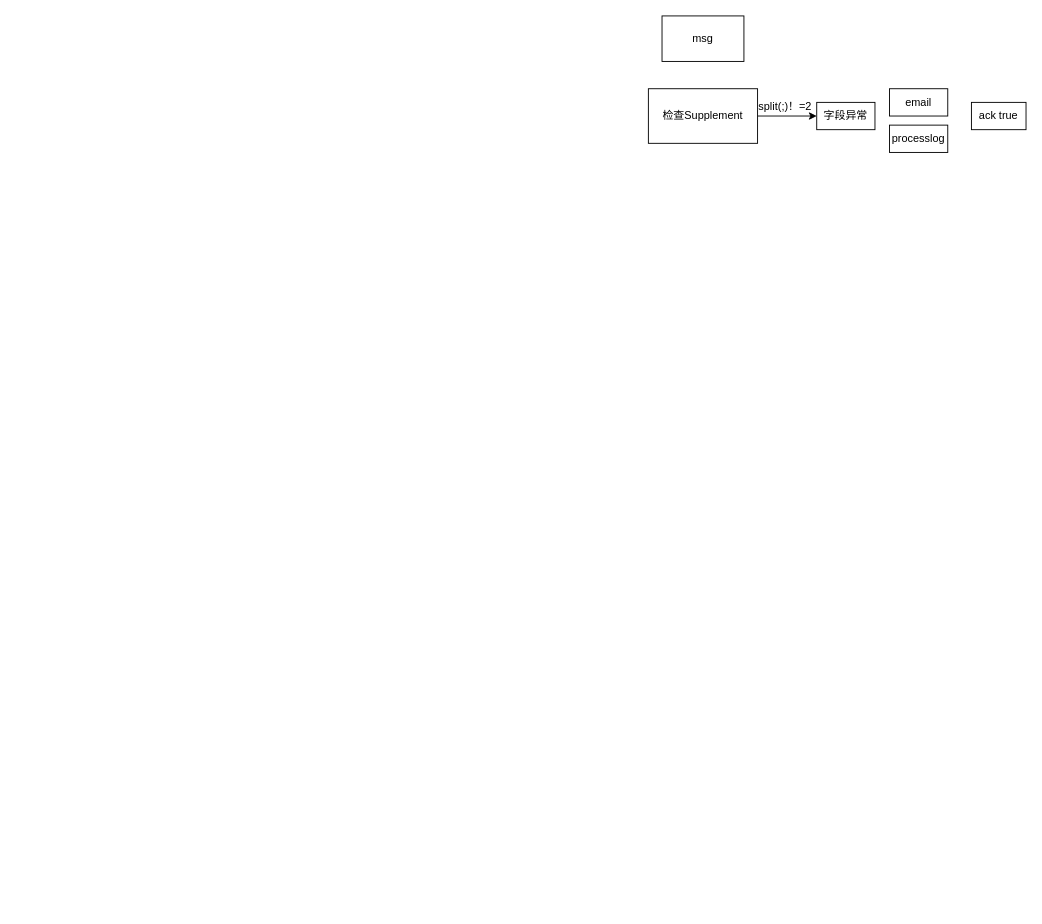
Earlier version of the draw.io diagram page "PrepayNotify" (2 of 2) of ctrip.drawio (Echidnaaa/draw). Source tidied: cells renumbered, new cells numbered last; positions are measured from the earlier drawing's top-left corner, leaving out a move shared by most shapes. Both pictures are drawn from the tidied source at 91%, with x=0, y=0 at pixel (648, 15).
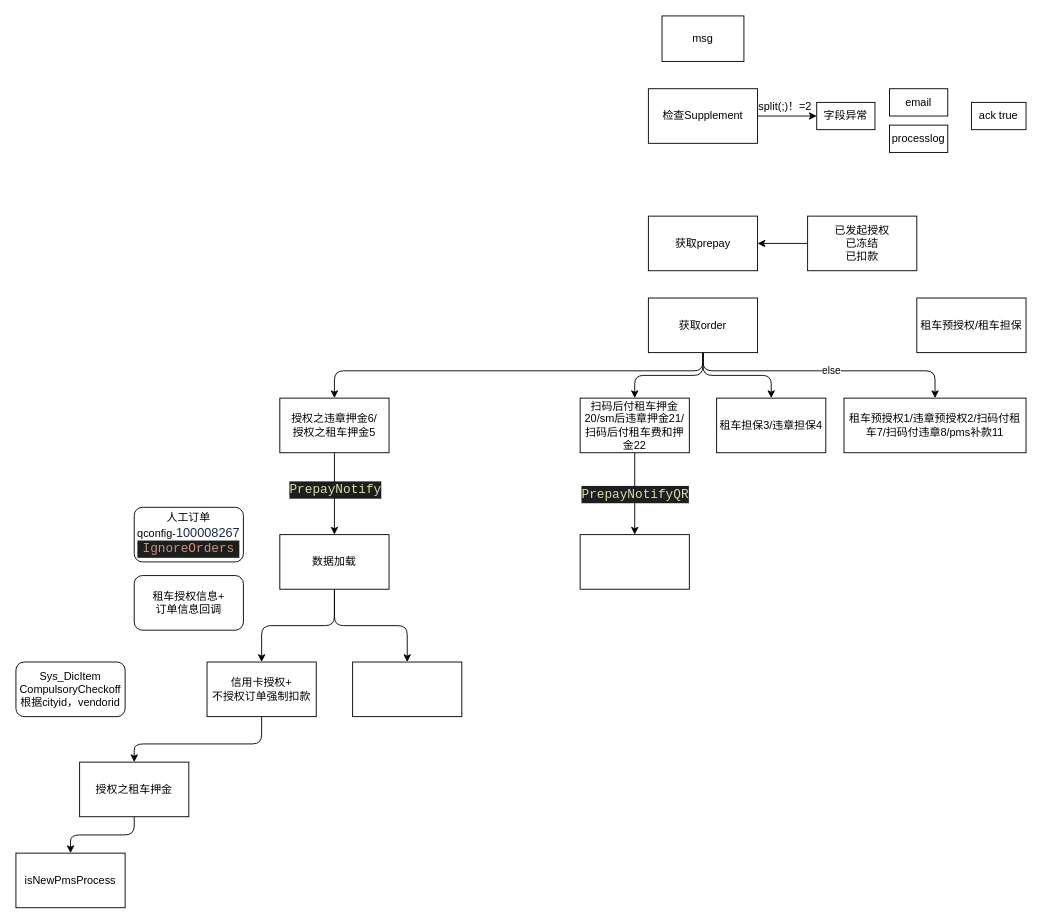
Above is the later version.

What changed in the source:
```diff
@@
+    <mxCell id="10" value="获取prepay" style="rounded=0;whiteSpace=wrap;html=1;sketch=0;" parent="1" vertex="1">
+      <mxGeometry y="220" width="120" height="60" as="geometry" />
+    </mxCell>
+    <mxCell id="11" style="edgeStyle=orthogonalEdgeStyle;curved=0;rounded=1;sketch=0;jettySize=auto;html=1;entryX=1;entryY=0.5;entryDx=0;entryDy=0;" parent="1" edge="1" source="12" target="10">
+      <mxGeometry relative="1" as="geometry" />
+    </mxCell>
+    <mxCell id="12" value="已发起授权&lt;br&gt;已冻结&lt;br&gt;已扣款" style="rounded=0;whiteSpace=wrap;html=1;sketch=0;" parent="1" vertex="1">
+      <mxGeometry x="175" y="220" width="120" height="60" as="geometry" />
+    </mxCell>
+    <mxCell id="13" style="edgeStyle=orthogonalEdgeStyle;curved=0;rounded=1;sketch=0;jettySize=auto;html=1;entryX=0.5;entryY=0;entryDx=0;entryDy=0;" parent="1" edge="1" source="18" target="26">
+      <mxGeometry relative="1" as="geometry">
+        <Array as="points">
+          <mxPoint x="60" y="390" />
+          <mxPoint x="315" y="390" />
+        </Array>
+      </mxGeometry>
+    </mxCell>
+    <mxCell id="14" value="else" style="edgeLabel;html=1;align=center;verticalAlign=middle;" parent="13" vertex="1">
+      <mxGeometry x="0.05" y="1" relative="1" as="geometry" />
+    </mxCell>
+    <mxCell id="15" style="edgeStyle=orthogonalEdgeStyle;curved=0;rounded=1;sketch=0;jettySize=auto;html=1;entryX=0.5;entryY=0;entryDx=0;entryDy=0;" parent="1" edge="1" source="18" target="25">
+      <mxGeometry relative="1" as="geometry" />
+    </mxCell>
+    <mxCell id="16" style="edgeStyle=orthogonalEdgeStyle;curved=0;rounded=1;sketch=0;jettySize=auto;html=1;" parent="1" edge="1" source="18" target="23">
+      <mxGeometry relative="1" as="geometry" />
+    </mxCell>
+    <mxCell id="17" style="edgeStyle=orthogonalEdgeStyle;curved=0;rounded=1;sketch=0;jettySize=auto;html=1;entryX=0.5;entryY=0;entryDx=0;entryDy=0;" parent="1" edge="1" source="18" target="21">
+      <mxGeometry relative="1" as="geometry">
+        <Array as="points">
+          <mxPoint x="60" y="390" />
+          <mxPoint x="-345" y="390" />
+        </Array>
+      </mxGeometry>
+    </mxCell>
+    <mxCell id="18" value="获取order" style="rounded=0;whiteSpace=wrap;html=1;sketch=0;" parent="1" vertex="1">
+      <mxGeometry y="310" width="120" height="60" as="geometry" />
+    </mxCell>
+    <mxCell id="19" style="edgeStyle=orthogonalEdgeStyle;curved=0;rounded=1;sketch=0;jettySize=auto;html=1;entryX=0.5;entryY=0;entryDx=0;entryDy=0;" parent="1" edge="1" source="21" target="29">
+      <mxGeometry relative="1" as="geometry" />
+    </mxCell>
+    <mxCell id="20" value="&lt;div style=&quot;color: rgb(212 , 212 , 212) ; background-color: rgb(30 , 30 , 30) ; font-family: &amp;#34;consolas&amp;#34; , &amp;#34;courier new&amp;#34; , monospace ; font-size: 14px ; line-height: 19px&quot;&gt;&lt;span style=&quot;color: #dcdcaa&quot;&gt;PrepayNotify&lt;/span&gt;&lt;/div&gt;" style="edgeLabel;html=1;align=center;verticalAlign=middle;" parent="19" vertex="1">
+      <mxGeometry x="0.24" y="1" relative="1" as="geometry">
+        <mxPoint x="-1" y="-16" as="offset" />
+      </mxGeometry>
+    </mxCell>
+    <mxCell id="21" value="授权之违章押金6/&lt;br&gt;授权之租车押金5" style="rounded=0;whiteSpace=wrap;html=1;sketch=0;" parent="1" vertex="1">
+      <mxGeometry x="-405" y="420" width="120" height="60" as="geometry" />
+    </mxCell>
+    <mxCell id="22" style="edgeStyle=orthogonalEdgeStyle;curved=0;rounded=1;sketch=0;jettySize=auto;html=1;entryX=0.5;entryY=0;entryDx=0;entryDy=0;" parent="1" edge="1" source="23" target="30">
+      <mxGeometry relative="1" as="geometry" />
+    </mxCell>
+    <mxCell id="23" value="扫码后付租车押金20/sm后违章押金21/扫码后付租车费和押金22" style="rounded=0;whiteSpace=wrap;html=1;sketch=0;" parent="1" vertex="1">
+      <mxGeometry x="-75" y="420" width="120" height="60" as="geometry" />
+    </mxCell>
+    <mxCell id="24" value="租车预授权/租车担保" style="whiteSpace=wrap;html=1;rounded=0;sketch=0;" parent="1" vertex="1">
+      <mxGeometry x="295" y="310" width="120" height="60" as="geometry" />
+    </mxCell>
+    <mxCell id="25" value="租车担保3/违章担保4" style="rounded=0;whiteSpace=wrap;html=1;sketch=0;" parent="1" vertex="1">
+      <mxGeometry x="75" y="420" width="120" height="60" as="geometry" />
+    </mxCell>
+    <mxCell id="26" value="租车预授权1/违章预授权2/扫码付租车7/扫码付违章8/pms补款11" style="rounded=0;whiteSpace=wrap;html=1;sketch=0;" parent="1" vertex="1">
+      <mxGeometry x="215" y="420" width="200" height="60" as="geometry" />
+    </mxCell>
+    <mxCell id="27" style="edgeStyle=orthogonalEdgeStyle;curved=0;rounded=1;sketch=0;jettySize=auto;html=1;entryX=0.5;entryY=0;entryDx=0;entryDy=0;" parent="1" edge="1" source="29" target="35">
+      <mxGeometry relative="1" as="geometry" />
+    </mxCell>
+    <mxCell id="28" style="edgeStyle=orthogonalEdgeStyle;curved=0;rounded=1;sketch=0;jettySize=auto;html=1;entryX=0.5;entryY=0;entryDx=0;entryDy=0;" parent="1" edge="1" source="29" target="36">
+      <mxGeometry relative="1" as="geometry" />
+    </mxCell>
+    <mxCell id="29" value="数据加载" style="rounded=0;whiteSpace=wrap;html=1;sketch=0;" parent="1" vertex="1">
+      <mxGeometry x="-405" y="570" width="120" height="60" as="geometry" />
+    </mxCell>
+    <mxCell id="30" style="rounded=0;whiteSpace=wrap;html=1;sketch=0;" parent="1" vertex="1">
+      <mxGeometry x="-75" y="570" width="120" height="60" as="geometry" />
+    </mxCell>
+    <mxCell id="31" value="&lt;div style=&quot;color: rgb(212, 212, 212); background-color: rgb(30, 30, 30); font-family: consolas, &amp;quot;courier new&amp;quot;, monospace; font-weight: normal; font-size: 14px; line-height: 19px;&quot;&gt;&lt;div&gt;&lt;span style=&quot;color: #dcdcaa&quot;&gt;PrepayNotifyQR&lt;/span&gt;&lt;/div&gt;&lt;/div&gt;" style="text;whiteSpace=wrap;html=1;" parent="1" vertex="1">
+      <mxGeometry x="-75" y="510" width="130" height="30" as="geometry" />
+    </mxCell>
+    <mxCell id="32" value="人工订单&lt;br&gt;qconfig-&lt;span style=&quot;color: rgb(23 , 43 , 77) ; font-family: , &amp;#34;blinkmacsystemfont&amp;#34; , &amp;#34;segoe ui&amp;#34; , &amp;#34;roboto&amp;#34; , &amp;#34;oxygen&amp;#34; , &amp;#34;ubuntu&amp;#34; , &amp;#34;fira sans&amp;#34; , &amp;#34;droid sans&amp;#34; , &amp;#34;helvetica neue&amp;#34; , sans-serif ; font-size: 14px ; text-align: left ; background-color: rgb(255 , 255 , 255)&quot;&gt;100008267&lt;br&gt;&lt;/span&gt;&lt;div style=&quot;color: rgb(212 , 212 , 212) ; background-color: rgb(30 , 30 , 30) ; font-family: &amp;#34;consolas&amp;#34; , &amp;#34;courier new&amp;#34; , monospace ; font-size: 14px ; line-height: 19px&quot;&gt;&lt;span style=&quot;color: #ce9178&quot;&gt;IgnoreOrders&lt;/span&gt;&lt;/div&gt;" style="rounded=1;whiteSpace=wrap;html=1;sketch=0;" parent="1" vertex="1">
+      <mxGeometry x="-565" y="540" width="120" height="60" as="geometry" />
+    </mxCell>
+    <mxCell id="33" value="租车授权信息+&lt;br&gt;订单信息回调" style="rounded=1;whiteSpace=wrap;html=1;sketch=0;" parent="1" vertex="1">
+      <mxGeometry x="-565" y="615" width="120" height="60" as="geometry" />
+    </mxCell>
+    <mxCell id="34" style="edgeStyle=orthogonalEdgeStyle;curved=0;rounded=1;sketch=0;jettySize=auto;html=1;entryX=0.5;entryY=0;entryDx=0;entryDy=0;" parent="1" edge="1" source="35" target="39">
+      <mxGeometry relative="1" as="geometry">
+        <Array as="points">
+          <mxPoint x="-425" y="800" />
+          <mxPoint x="-565" y="800" />
+        </Array>
+      </mxGeometry>
+    </mxCell>
+    <mxCell id="35" value="信用卡授权+&lt;br&gt;不授权订单强制扣款" style="rounded=0;whiteSpace=wrap;html=1;sketch=0;" parent="1" vertex="1">
+      <mxGeometry x="-485" y="710" width="120" height="60" as="geometry" />
+    </mxCell>
+    <mxCell id="36" style="rounded=0;whiteSpace=wrap;html=1;sketch=0;" parent="1" vertex="1">
+      <mxGeometry x="-325" y="710" width="120" height="60" as="geometry" />
+    </mxCell>
+    <mxCell id="37" value="Sys_DicItem&lt;br&gt;CompulsoryCheckoff&lt;br&gt;根据cityid，vendorid" style="rounded=1;whiteSpace=wrap;html=1;sketch=0;" parent="1" vertex="1">
+      <mxGeometry x="-695" y="710" width="120" height="60" as="geometry" />
+    </mxCell>
+    <mxCell id="38" style="edgeStyle=orthogonalEdgeStyle;curved=0;rounded=1;sketch=0;jettySize=auto;html=1;entryX=0.5;entryY=0;entryDx=0;entryDy=0;" parent="1" edge="1" source="39" target="40">
+      <mxGeometry relative="1" as="geometry" />
+    </mxCell>
+    <mxCell id="39" value="授权之租车押金" style="rounded=0;whiteSpace=wrap;html=1;sketch=0;" parent="1" vertex="1">
+      <mxGeometry x="-625" y="820" width="120" height="60" as="geometry" />
+    </mxCell>
+    <mxCell id="40" value="isNewPmsProcess" style="rounded=0;whiteSpace=wrap;html=1;sketch=0;" parent="1" vertex="1">
+      <mxGeometry x="-695" y="920" width="120" height="60" as="geometry" />
+    </mxCell>
```
